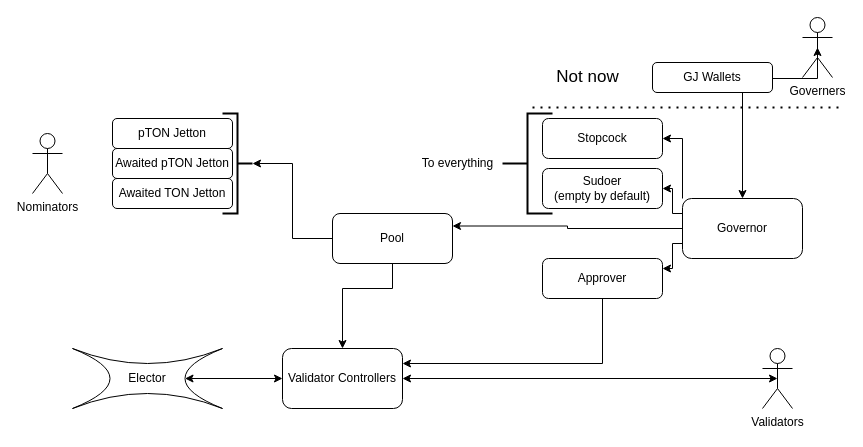
Above: docs/images/scheme.drawio in ton-blockchain/liquid-staking-contract (draw.io), before the change. Source tidied: cells renumbered, new cells numbered last; positions are measured from the earlier drawing's top-left corner, leaving out a move shared by most shapes. Both pictures are drawn from the tidied source at 100%, with x=0, y=0 at pixel (32, 17).
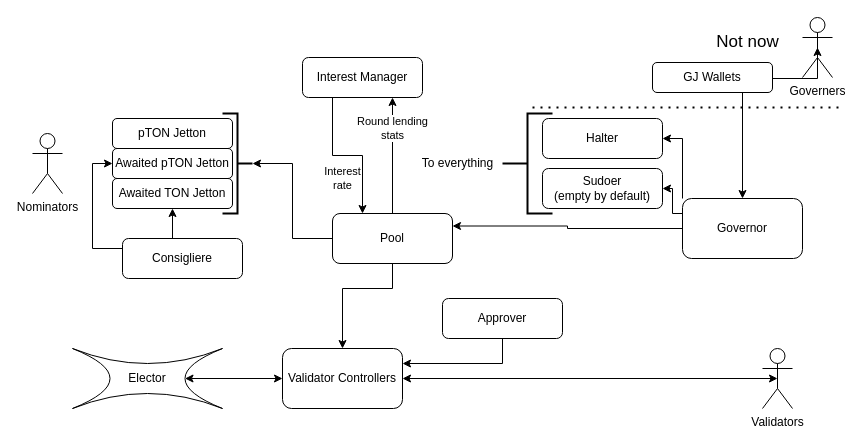
After the change.

Commit message (it also covers changes not shown here):
Update bird-eye scheme

Unchanged cells that the change refers to:
```xml
<mxCell id="6" value="Awaited pTON Jetton" style="rounded=1;whiteSpace=wrap;html=1;" parent="1" vertex="1">
  <mxGeometry x="80" y="131" width="120" height="30" as="geometry" />
</mxCell>
<mxCell id="7" value="Awaited TON Jetton" style="rounded=1;whiteSpace=wrap;html=1;" parent="1" vertex="1">
  <mxGeometry x="80" y="161" width="120" height="30" as="geometry" />
</mxCell>
<mxCell id="12" value="Governor" style="rounded=1;whiteSpace=wrap;html=1;" parent="1" vertex="1">
  <mxGeometry x="650" y="181" width="120" height="60" as="geometry" />
</mxCell>
<mxCell id="23" value="Pool" style="rounded=1;whiteSpace=wrap;html=1;" parent="1" vertex="1">
  <mxGeometry x="300" y="196" width="120" height="50" as="geometry" />
</mxCell>
```

What changed in the source:
```diff
@@
-    <mxCell id="9" style="edgeStyle=orthogonalEdgeStyle;rounded=0;jettySize=auto;html=1;exitX=0;exitY=0.75;exitDx=0;exitDy=0;entryX=1;entryY=0.25;entryDx=0;entryDy=0;" parent="1" edge="1" source="12" target="27">
-      <mxGeometry relative="1" as="geometry">
-        <Array as="points">
-          <mxPoint x="640" y="226" />
-          <mxPoint x="640" y="251" />
-        </Array>
-      </mxGeometry>
-    </mxCell>
@@
     <mxCell id="21" value="Not now" style="text;html=1;align=center;verticalAlign=middle;strokeColor=none;fillColor=none;fontSize=17;" parent="1" vertex="1">
-      <mxGeometry x="510" y="45" width="90" height="30" as="geometry" />
+      <mxGeometry x="670" y="10" width="90" height="30" as="geometry" />
     </mxCell>
@@
+    <mxCell id="31" value="Round lending&lt;br&gt;stats" style="edgeStyle=orthogonalEdgeStyle;rounded=0;jettySize=auto;html=1;exitX=0.5;exitY=0;exitDx=0;exitDy=0;entryX=0.75;entryY=1;entryDx=0;entryDy=0;" parent="1" edge="1" source="23" target="36">
+      <mxGeometry x="0.47" relative="1" as="geometry" />
+    </mxCell>
@@
-    <mxCell id="24" value="Stopcock" style="rounded=1;whiteSpace=wrap;html=1;" parent="1" vertex="1">
+    <mxCell id="24" value="Halter" style="rounded=1;whiteSpace=wrap;html=1;" parent="1" vertex="1">
       <mxGeometry x="510" y="101" width="120" height="40" as="geometry" />
     </mxCell>
@@
     <mxCell id="27" value="Approver" style="rounded=1;whiteSpace=wrap;html=1;" parent="1" vertex="1">
-      <mxGeometry x="510" y="241" width="120" height="40" as="geometry" />
+      <mxGeometry x="410" y="281" width="120" height="40" as="geometry" />
     </mxCell>
@@
+    <mxCell id="32" style="edgeStyle=orthogonalEdgeStyle;rounded=0;jettySize=auto;html=1;exitX=0.5;exitY=0;exitDx=0;exitDy=0;entryX=0.5;entryY=1;entryDx=0;entryDy=0;" parent="1" edge="1" source="34" target="7">
+      <mxGeometry relative="1" as="geometry" />
+    </mxCell>
+    <mxCell id="33" style="edgeStyle=orthogonalEdgeStyle;rounded=0;jettySize=auto;html=1;exitX=0;exitY=0.25;exitDx=0;exitDy=0;entryX=0;entryY=0.5;entryDx=0;entryDy=0;" parent="1" edge="1" source="34" target="6">
+      <mxGeometry relative="1" as="geometry" />
+    </mxCell>
+    <mxCell id="34" value="Consigliere" style="rounded=1;whiteSpace=wrap;html=1;" parent="1" vertex="1">
+      <mxGeometry x="90" y="221" width="120" height="40" as="geometry" />
+    </mxCell>
+    <mxCell id="35" value="Interest&lt;br&gt;rate" style="edgeStyle=orthogonalEdgeStyle;rounded=0;jettySize=auto;html=1;exitX=0.25;exitY=1;exitDx=0;exitDy=0;entryX=0.25;entryY=0;entryDx=0;entryDy=0;" parent="1" edge="1" source="36" target="23">
+      <mxGeometry x="0.52" y="-20" relative="1" as="geometry" />
+    </mxCell>
+    <mxCell id="36" value="Interest Manager" style="rounded=1;whiteSpace=wrap;html=1;" parent="1" vertex="1">
+      <mxGeometry x="270" y="40" width="120" height="40" as="geometry" />
+    </mxCell>
```
